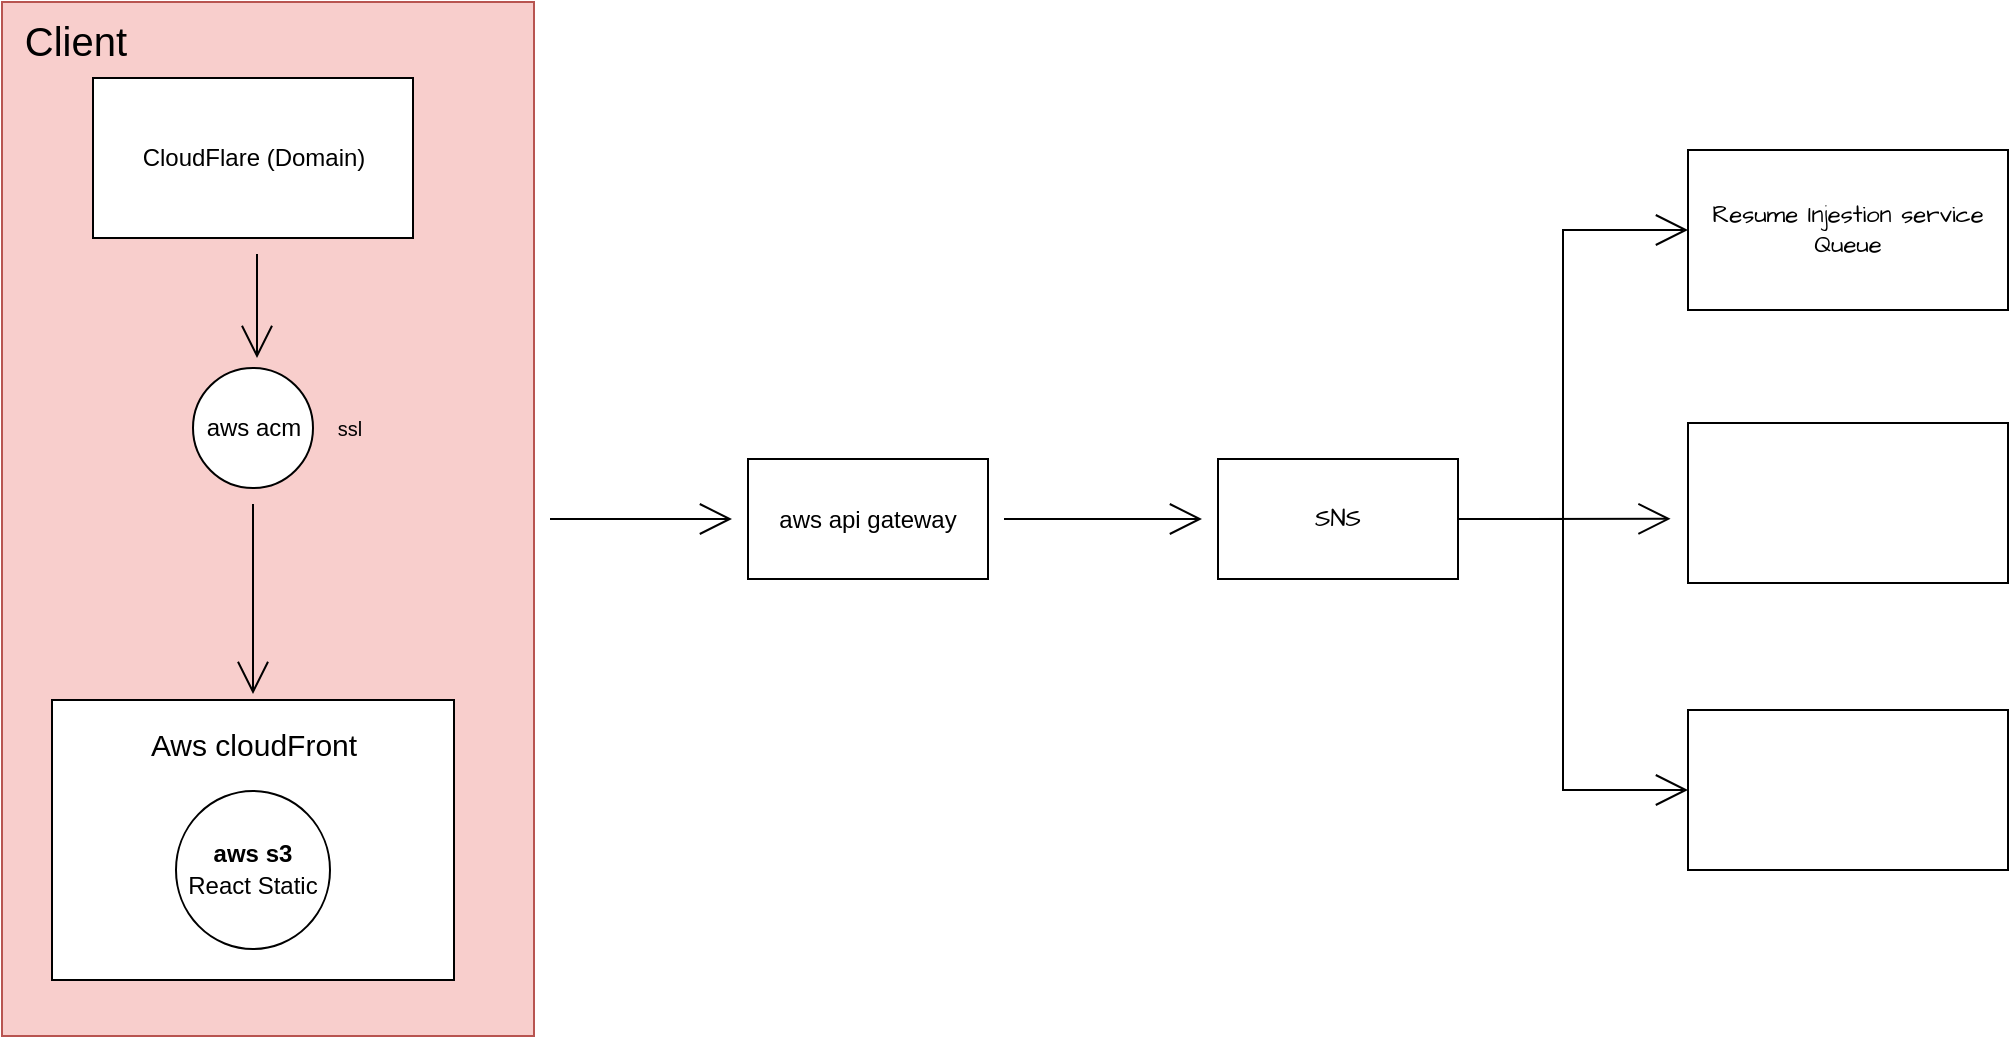
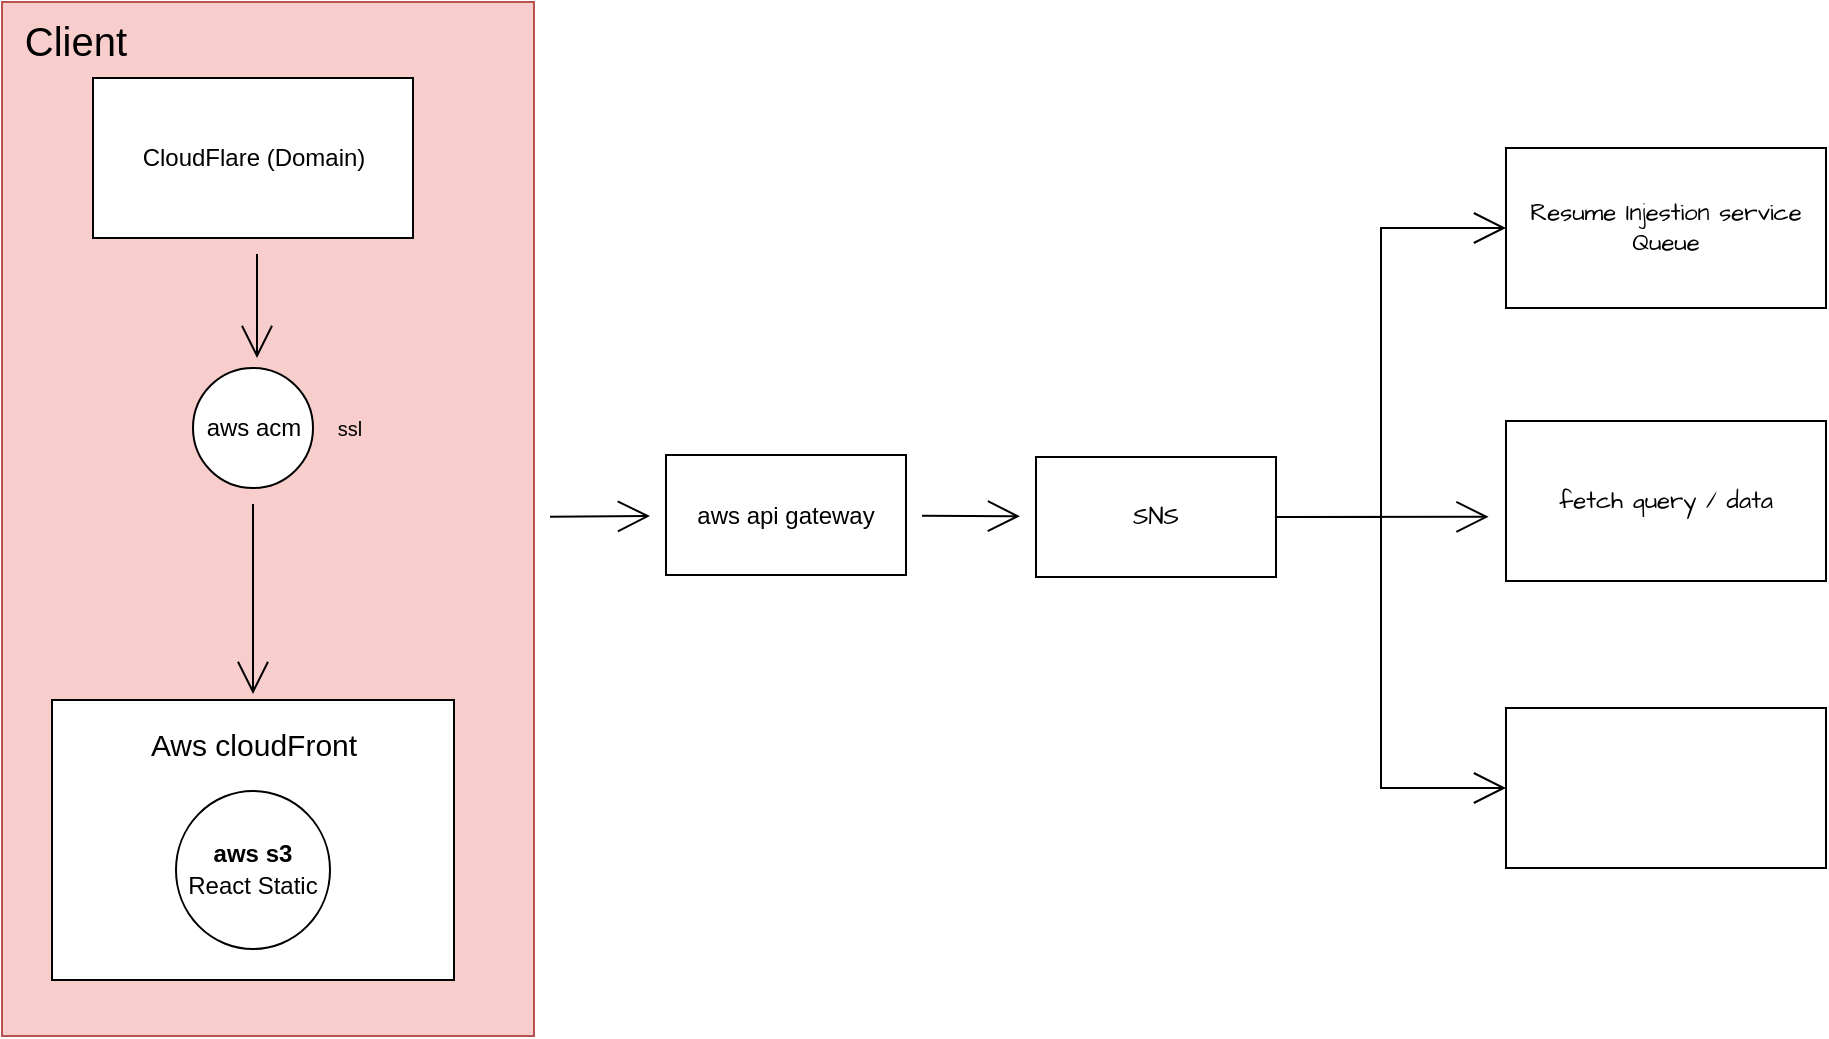
<mxfile host="app.diagrams.net">
  <diagram name="Page-1" id="SOHPCcRNUhLTlrNE90n2">
    <mxGraphModel dx="2960" dy="1394" grid="0" gridSize="10" guides="1" tooltips="1" connect="1" arrows="1" fold="1" page="0" pageScale="1" pageWidth="850" pageHeight="1100" math="0" shadow="0">
      <root>
        <mxCell id="0" />
        <mxCell id="1" parent="0" />
        <mxCell id="rra6tTRvJPethr66ALMW-19" edge="1" parent="1" source="rra6tTRvJPethr66ALMW-16" style="edgeStyle=none;curved=1;rounded=0;orthogonalLoop=1;jettySize=auto;html=1;fontFamily=Architects Daughter;fontSource=https%3A%2F%2Ffonts.googleapis.com%2Fcss%3Ffamily%3DArchitects%2BDaughter;fontSize=16;startSize=14;endArrow=open;endSize=14;sourcePerimeterSpacing=8;targetPerimeterSpacing=8;" target="rra6tTRvJPethr66ALMW-18" value="">
          <mxGeometry relative="1" as="geometry" />
        </mxCell>
        <mxCell id="rra6tTRvJPethr66ALMW-16" parent="1" style="rounded=0;whiteSpace=wrap;html=1;fontFamily=Architects Daughter;fontSource=https%3A%2F%2Ffonts.googleapis.com%2Fcss%3Ffamily%3DArchitects%2BDaughter;fillColor=#f8cecc;strokeColor=#b85450;" value="" vertex="1">
          <mxGeometry height="517" width="266" x="-700" y="-271" as="geometry" />
        </mxCell>
        <mxCell id="rra6tTRvJPethr66ALMW-2" parent="1" style="rounded=0;whiteSpace=wrap;html=1;fontFamily=Architects Daughter;fontSource=https%3A%2F%2Ffonts.googleapis.com%2Fcss%3Ffamily%3DArchitects%2BDaughter;" value="" vertex="1">
          <mxGeometry height="140" width="201" x="-675" y="78" as="geometry" />
        </mxCell>
        <mxCell id="rra6tTRvJPethr66ALMW-1" parent="1" style="ellipse;whiteSpace=wrap;html=1;fontFamily=Architects Daughter;fontSource=https%3A%2F%2Ffonts.googleapis.com%2Fcss%3Ffamily%3DArchitects%2BDaughter;" value="&lt;font face=&quot;Helvetica&quot;&gt;&lt;b&gt;aws s3&lt;/b&gt;&lt;br&gt;React Static&lt;/font&gt;" vertex="1">
          <mxGeometry height="79" width="77" x="-613" y="123.5" as="geometry" />
        </mxCell>
        <mxCell id="rra6tTRvJPethr66ALMW-3" parent="1" style="text;html=1;whiteSpace=wrap;strokeColor=none;fillColor=none;align=center;verticalAlign=middle;rounded=0;fontSize=20;fontFamily=Helvetica;" value="&lt;font style=&quot;font-size: 15px;&quot;&gt;Aws cloudFront&lt;/font&gt;" vertex="1">
          <mxGeometry height="30" width="186" x="-667.5" y="83" as="geometry" />
        </mxCell>
        <mxCell id="rra6tTRvJPethr66ALMW-10" edge="1" parent="1" style="edgeStyle=none;curved=1;rounded=0;orthogonalLoop=1;jettySize=auto;html=1;fontFamily=Architects Daughter;fontSource=https%3A%2F%2Ffonts.googleapis.com%2Fcss%3Ffamily%3DArchitects%2BDaughter;fontSize=16;startSize=14;endArrow=open;endSize=14;sourcePerimeterSpacing=8;targetPerimeterSpacing=8;" value="">
          <mxGeometry relative="1" as="geometry">
            <mxPoint x="-572.5" y="-145" as="sourcePoint" />
            <mxPoint x="-572.5" y="-93" as="targetPoint" />
          </mxGeometry>
        </mxCell>
        <mxCell id="rra6tTRvJPethr66ALMW-5" parent="1" style="rounded=0;whiteSpace=wrap;html=1;fontFamily=Helvetica;" value="CloudFlare (Domain)" vertex="1">
          <mxGeometry height="80" width="160" x="-654.5" y="-233" as="geometry" />
        </mxCell>
        <mxCell id="rra6tTRvJPethr66ALMW-14" edge="1" parent="1" source="rra6tTRvJPethr66ALMW-12" style="edgeStyle=none;curved=1;rounded=0;orthogonalLoop=1;jettySize=auto;html=1;fontFamily=Architects Daughter;fontSource=https%3A%2F%2Ffonts.googleapis.com%2Fcss%3Ffamily%3DArchitects%2BDaughter;fontSize=16;startSize=14;endArrow=open;endSize=14;sourcePerimeterSpacing=8;targetPerimeterSpacing=8;" target="rra6tTRvJPethr66ALMW-3" value="">
          <mxGeometry relative="1" as="geometry" />
        </mxCell>
        <mxCell id="rra6tTRvJPethr66ALMW-12" parent="1" style="ellipse;whiteSpace=wrap;html=1;fontFamily=Architects Daughter;fontSource=https%3A%2F%2Ffonts.googleapis.com%2Fcss%3Ffamily%3DArchitects%2BDaughter;" value="&lt;font face=&quot;Helvetica&quot;&gt;aws acm&lt;/font&gt;" vertex="1">
          <mxGeometry height="60" width="60" x="-604.5" y="-88" as="geometry" />
        </mxCell>
        <mxCell id="rra6tTRvJPethr66ALMW-15" parent="1" style="text;html=1;whiteSpace=wrap;strokeColor=none;fillColor=none;align=center;verticalAlign=middle;rounded=0;fontSize=10;fontFamily=Helvetica;" value="&lt;font&gt;ssl&lt;/font&gt;" vertex="1">
          <mxGeometry height="18" width="32" x="-542" y="-67" as="geometry" />
        </mxCell>
        <mxCell id="rra6tTRvJPethr66ALMW-17" parent="1" style="text;html=1;whiteSpace=wrap;strokeColor=none;fillColor=none;align=center;verticalAlign=middle;rounded=0;fontSize=20;fontFamily=Architects Daughter;fontSource=https%3A%2F%2Ffonts.googleapis.com%2Fcss%3Ffamily%3DArchitects%2BDaughter;" value="&lt;font face=&quot;Helvetica&quot;&gt;Client&lt;/font&gt;" vertex="1">
          <mxGeometry height="30" width="60" x="-693" y="-266" as="geometry" />
        </mxCell>
        <mxCell id="rra6tTRvJPethr66ALMW-27" edge="1" parent="1" source="rra6tTRvJPethr66ALMW-18" style="edgeStyle=none;curved=1;rounded=0;orthogonalLoop=1;jettySize=auto;html=1;fontFamily=Architects Daughter;fontSource=https%3A%2F%2Ffonts.googleapis.com%2Fcss%3Ffamily%3DArchitects%2BDaughter;fontSize=16;startSize=14;endArrow=open;endSize=14;sourcePerimeterSpacing=8;targetPerimeterSpacing=8;" target="rra6tTRvJPethr66ALMW-26" value="">
          <mxGeometry relative="1" as="geometry" />
        </mxCell>
        <mxCell id="rra6tTRvJPethr66ALMW-18" parent="1" style="whiteSpace=wrap;html=1;fontFamily=Architects Daughter;rounded=0;fontSource=https%3A%2F%2Ffonts.googleapis.com%2Fcss%3Ffamily%3DArchitects%2BDaughter;" value="&lt;font face=&quot;Helvetica&quot;&gt;aws api gateway&lt;/font&gt;" vertex="1">
-           <mxGeometry height="60" width="120" x="-327" y="-42.5" as="geometry" />
+           <mxGeometry height="60" width="120" x="-368" y="-44.5" as="geometry" />
        </mxCell>
        <mxCell id="rra6tTRvJPethr66ALMW-20" parent="1" style="rounded=0;whiteSpace=wrap;html=1;fontFamily=Architects Daughter;fontSource=https%3A%2F%2Ffonts.googleapis.com%2Fcss%3Ffamily%3DArchitects%2BDaughter;" value="Resume Injestion service&lt;br&gt;Queue" vertex="1">
-           <mxGeometry height="80" width="160" x="143" y="-197" as="geometry" />
+           <mxGeometry height="80" width="160" x="52" y="-198" as="geometry" />
        </mxCell>
-         <mxCell id="rra6tTRvJPethr66ALMW-21" parent="1" style="rounded=0;whiteSpace=wrap;html=1;fontFamily=Architects Daughter;fontSource=https%3A%2F%2Ffonts.googleapis.com%2Fcss%3Ffamily%3DArchitects%2BDaughter;" value="" vertex="1">
-           <mxGeometry height="80" width="160" x="143" y="-60.5" as="geometry" />
+         <mxCell id="rra6tTRvJPethr66ALMW-21" parent="1" style="rounded=0;whiteSpace=wrap;html=1;fontFamily=Architects Daughter;fontSource=https%3A%2F%2Ffonts.googleapis.com%2Fcss%3Ffamily%3DArchitects%2BDaughter;" value="fetch query / data" vertex="1">
+           <mxGeometry height="80" width="160" x="52" y="-61.5" as="geometry" />
        </mxCell>
        <mxCell id="rra6tTRvJPethr66ALMW-22" parent="1" style="rounded=0;whiteSpace=wrap;html=1;fontFamily=Architects Daughter;fontSource=https%3A%2F%2Ffonts.googleapis.com%2Fcss%3Ffamily%3DArchitects%2BDaughter;" value="" vertex="1">
-           <mxGeometry height="80" width="160" x="143" y="83" as="geometry" />
+           <mxGeometry height="80" width="160" x="52" y="82" as="geometry" />
        </mxCell>
        <mxCell id="rra6tTRvJPethr66ALMW-28" edge="1" parent="1" source="rra6tTRvJPethr66ALMW-26" style="edgeStyle=orthogonalEdgeStyle;rounded=0;orthogonalLoop=1;jettySize=auto;html=1;fontFamily=Architects Daughter;fontSource=https%3A%2F%2Ffonts.googleapis.com%2Fcss%3Ffamily%3DArchitects%2BDaughter;fontSize=16;startSize=14;endArrow=open;endSize=14;sourcePerimeterSpacing=8;targetPerimeterSpacing=8;entryX=0;entryY=0.5;entryDx=0;entryDy=0;" target="rra6tTRvJPethr66ALMW-20" value="">
          <mxGeometry relative="1" as="geometry" />
        </mxCell>
        <mxCell id="rra6tTRvJPethr66ALMW-29" edge="1" parent="1" source="rra6tTRvJPethr66ALMW-26" style="edgeStyle=none;curved=1;rounded=0;orthogonalLoop=1;jettySize=auto;html=1;exitX=1;exitY=0.5;exitDx=0;exitDy=0;fontFamily=Architects Daughter;fontSource=https%3A%2F%2Ffonts.googleapis.com%2Fcss%3Ffamily%3DArchitects%2BDaughter;fontSize=16;startSize=14;endArrow=open;endSize=14;sourcePerimeterSpacing=8;targetPerimeterSpacing=8;">
          <mxGeometry relative="1" as="geometry">
-             <mxPoint x="134.28580147879484" y="-12.571428571428442" as="targetPoint" />
+             <mxPoint x="43.28580147879484" y="-13.571428571428442" as="targetPoint" />
          </mxGeometry>
        </mxCell>
        <mxCell id="rra6tTRvJPethr66ALMW-30" edge="1" parent="1" source="rra6tTRvJPethr66ALMW-26" style="edgeStyle=orthogonalEdgeStyle;rounded=0;orthogonalLoop=1;jettySize=auto;html=1;exitX=1;exitY=0.5;exitDx=0;exitDy=0;entryX=0;entryY=0.5;entryDx=0;entryDy=0;fontFamily=Architects Daughter;fontSource=https%3A%2F%2Ffonts.googleapis.com%2Fcss%3Ffamily%3DArchitects%2BDaughter;fontSize=16;startSize=14;endArrow=open;endSize=14;sourcePerimeterSpacing=8;targetPerimeterSpacing=8;" target="rra6tTRvJPethr66ALMW-22">
          <mxGeometry relative="1" as="geometry" />
        </mxCell>
        <mxCell id="rra6tTRvJPethr66ALMW-26" parent="1" style="whiteSpace=wrap;html=1;fontFamily=Architects Daughter;rounded=0;fontSource=https%3A%2F%2Ffonts.googleapis.com%2Fcss%3Ffamily%3DArchitects%2BDaughter;" value="SNS" vertex="1">
-           <mxGeometry height="60" width="120" x="-92" y="-42.5" as="geometry" />
+           <mxGeometry height="60" width="120" x="-183" y="-43.5" as="geometry" />
        </mxCell>
      </root>
    </mxGraphModel>
  </diagram>
</mxfile>
